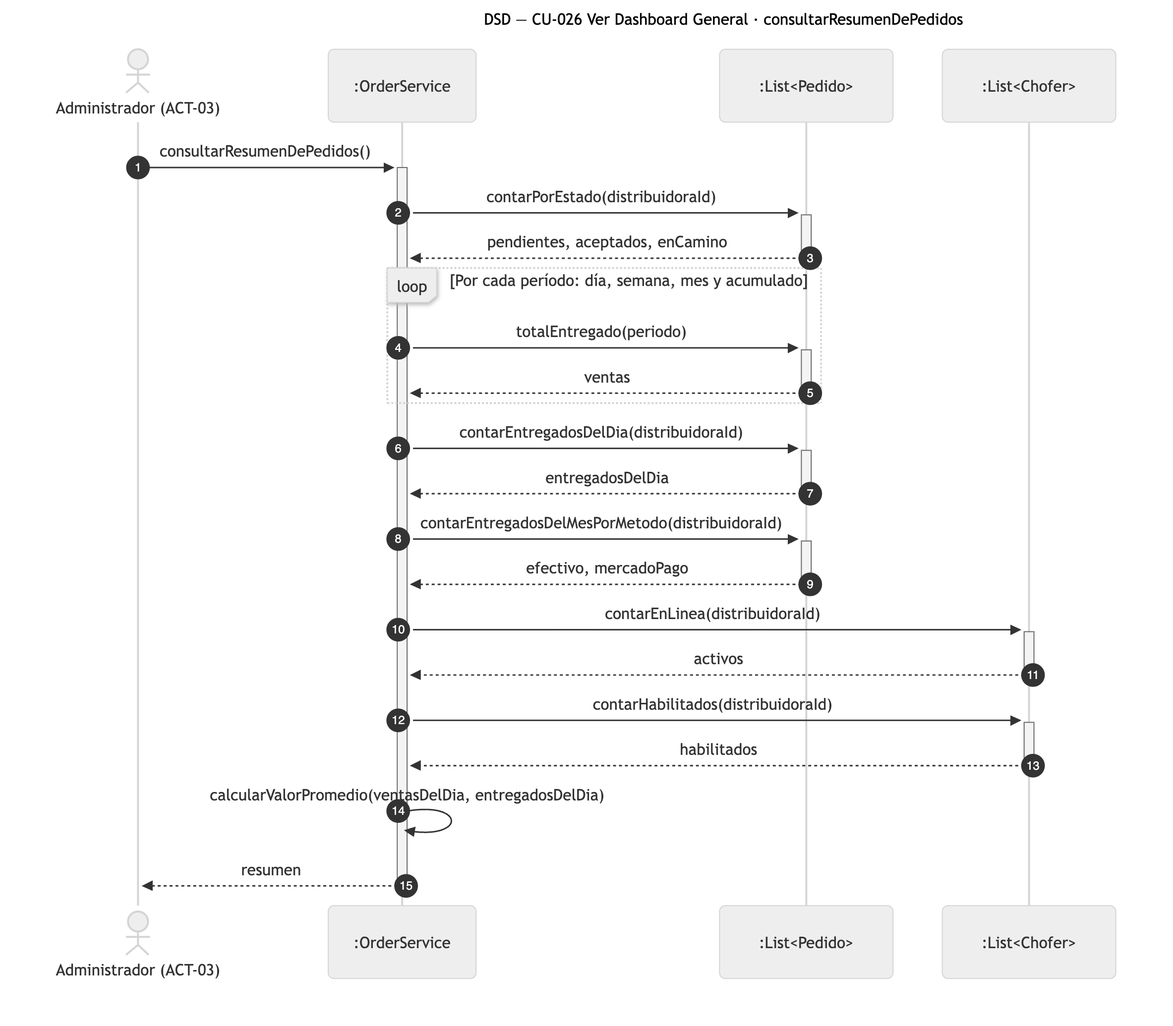
Above: diagramas/png/DSD_CU-026_consultarResumenDePedidos.png in Nahuelito-Dev/splg-docs (Mermaid), before the change. Its source is kept beside it as diagramas/DSD_CU-026_consultarResumenDePedidos.mmd.
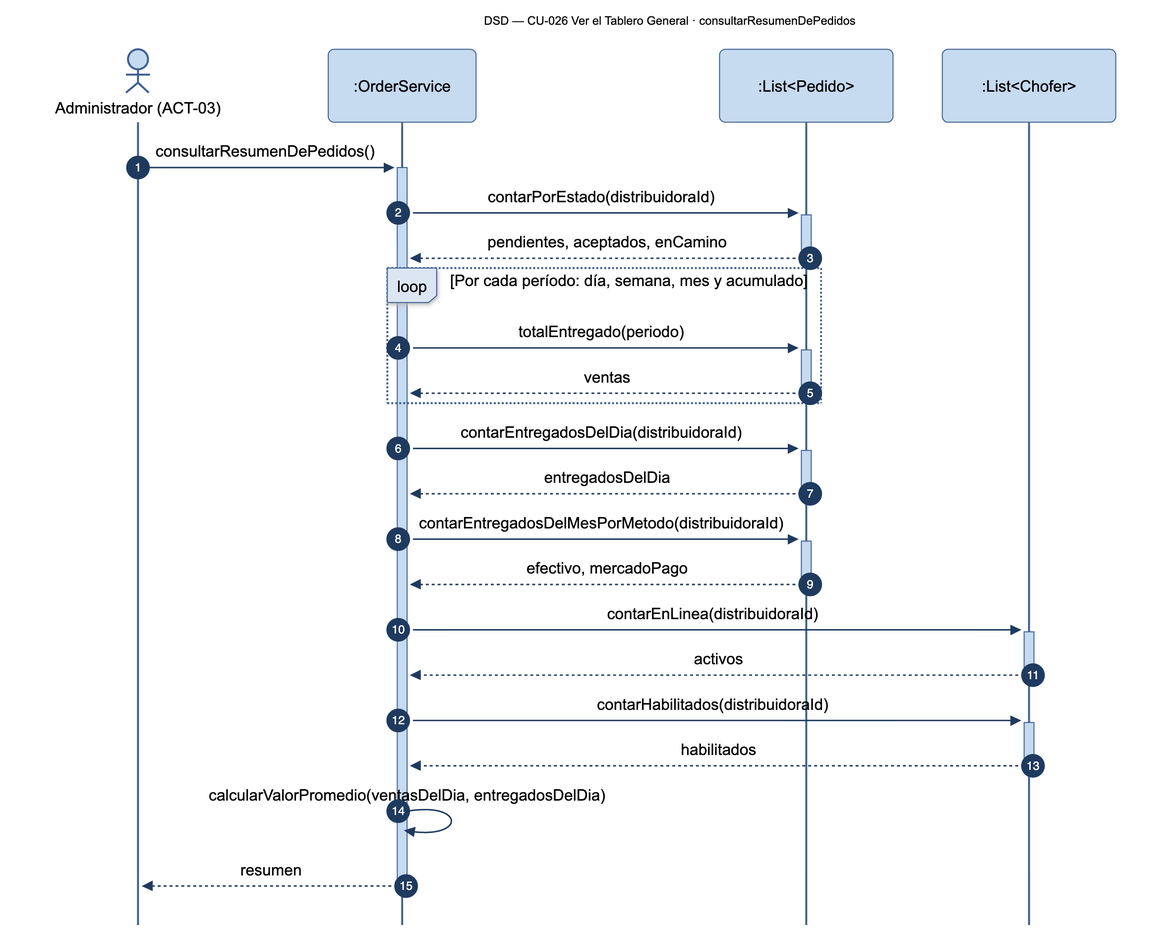
Later version of the same file.

Diff of the diagram source:
```diff
@@ -1,5 +1,5 @@
 sequenceDiagram
-    title DSD — CU-026 Ver Dashboard General · consultarResumenDePedidos
+    title DSD — CU-026 Ver el Tablero General · consultarResumenDePedidos
     autonumber
     actor ADM as Administrador (ACT-03)
     participant SRV as :OrderService
```
